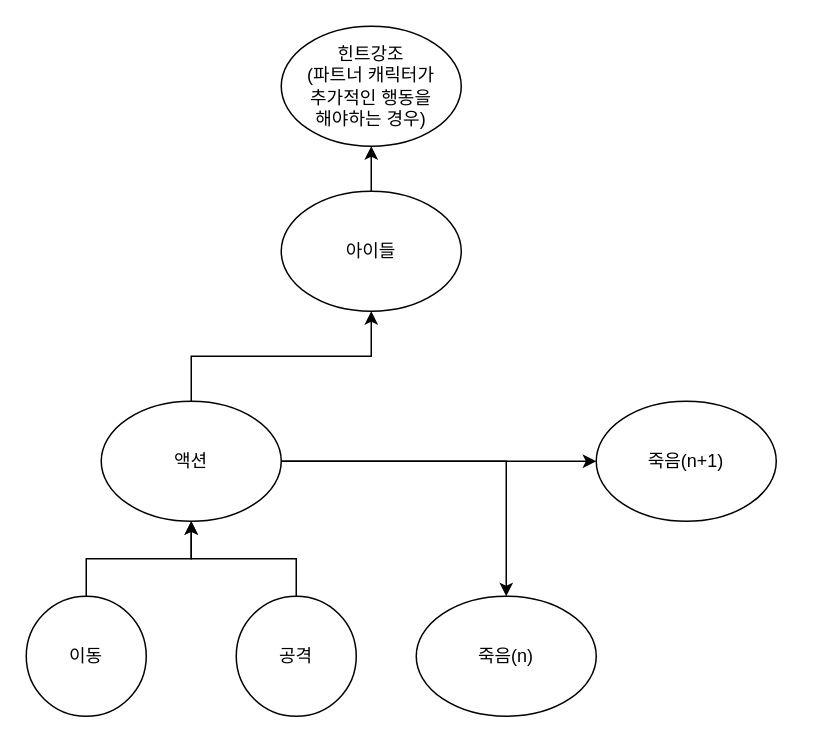
This is 코딩몬상태패턴.drawio from FavorKim/126_CodeMonster, a draw.io file, before an edit. Source tidied: cells renumbered, new cells numbered last; positions are measured from the earlier drawing's top-left corner, leaving out a move shared by most shapes. Both pictures are drawn from the tidied source at 150%, with x=0, y=0 at pixel (26, 26).
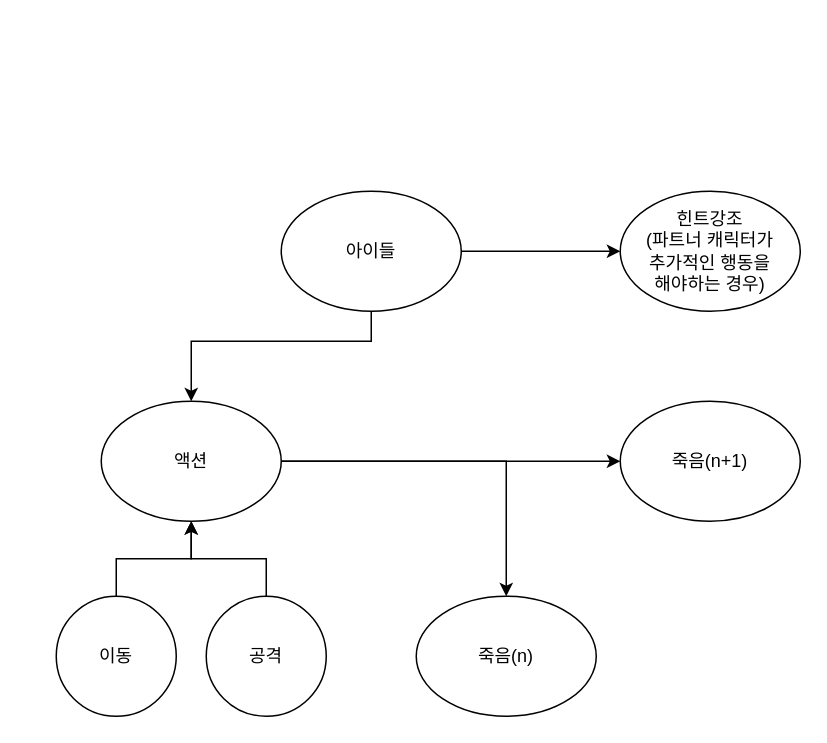
After the change.

Commit message (it also covers changes not shown here):
코딩몬상태패턴.drawio 업데이트

The edit, as a diff of the source:
```diff
@@
 <mxGraphModel>
   <root>
     <mxCell id="0" />
     <mxCell id="1" parent="0" />
     <mxCell id="2" style="edgeStyle=orthogonalEdgeStyle;rounded=0;jettySize=auto;html=1;" parent="1" edge="1" source="3" target="14">
       <mxGeometry relative="1" as="geometry" />
     </mxCell>
+    <mxCell id="15" style="edgeStyle=orthogonalEdgeStyle;rounded=0;jettySize=auto;html=1;" parent="1" edge="1" source="3" target="7">
+      <mxGeometry relative="1" as="geometry">
+        <Array as="points">
+          <mxPoint x="230" y="210" />
+          <mxPoint x="110" y="210" />
+        </Array>
+      </mxGeometry>
+    </mxCell>
     <mxCell id="3" value="아이들" style="ellipse;whiteSpace=wrap;html=1;" parent="1" vertex="1">
       <mxGeometry x="170" y="110" width="120" height="80" as="geometry" />
     </mxCell>
-    <mxCell id="4" style="edgeStyle=orthogonalEdgeStyle;rounded=0;jettySize=auto;html=1;" parent="1" edge="1" source="7" target="3">
-      <mxGeometry relative="1" as="geometry" />
-    </mxCell>
     <mxCell id="5" style="edgeStyle=orthogonalEdgeStyle;rounded=0;jettySize=auto;html=1;" parent="1" edge="1" source="7" target="9">
       <mxGeometry relative="1" as="geometry" />
     </mxCell>
     <mxCell id="6" style="edgeStyle=orthogonalEdgeStyle;rounded=0;jettySize=auto;html=1;" parent="1" edge="1" source="7" target="8">
       <mxGeometry relative="1" as="geometry" />
     </mxCell>
     <mxCell id="7" value="액션" style="ellipse;whiteSpace=wrap;html=1;" parent="1" vertex="1">
       <mxGeometry x="50" y="250" width="120" height="80" as="geometry" />
     </mxCell>
     <mxCell id="8" value="죽음(n)" style="ellipse;whiteSpace=wrap;html=1;" parent="1" vertex="1">
       <mxGeometry x="260" y="380" width="120" height="80" as="geometry" />
     </mxCell>
     <mxCell id="9" value="죽음(n+1)" style="ellipse;whiteSpace=wrap;html=1;" parent="1" vertex="1">
-      <mxGeometry x="380" y="250" width="120" height="80" as="geometry" />
+      <mxGeometry x="396" y="250" width="120" height="80" as="geometry" />
     </mxCell>
     <mxCell id="10" style="edgeStyle=orthogonalEdgeStyle;rounded=0;jettySize=auto;html=1;" parent="1" edge="1" source="11" target="7">
       <mxGeometry relative="1" as="geometry" />
     </mxCell>
     <mxCell id="11" value="이동" style="ellipse;whiteSpace=wrap;html=1;" parent="1" vertex="1">
-      <mxGeometry y="380" width="80" height="80" as="geometry" />
+      <mxGeometry x="20" y="380" width="80" height="80" as="geometry" />
     </mxCell>
     <mxCell id="12" style="edgeStyle=orthogonalEdgeStyle;rounded=0;jettySize=auto;html=1;" parent="1" edge="1" source="13" target="7">
       <mxGeometry relative="1" as="geometry" />
     </mxCell>
     <mxCell id="13" value="공격" style="ellipse;whiteSpace=wrap;html=1;" parent="1" vertex="1">
-      <mxGeometry x="140" y="380" width="80" height="80" as="geometry" />
+      <mxGeometry x="120" y="380" width="80" height="80" as="geometry" />
     </mxCell>
     <mxCell id="14" value="힌트강조&lt;div&gt;(파트너 캐릭터가&lt;/div&gt;&lt;div&gt;추가적인 행동을&lt;/div&gt;&lt;div&gt;해야하는 경우)&lt;/div&gt;" style="ellipse;whiteSpace=wrap;html=1;" parent="1" vertex="1">
-      <mxGeometry x="170" width="120" height="80" as="geometry" />
+      <mxGeometry x="396" y="110" width="120" height="80" as="geometry" />
     </mxCell>
   </root>
 </mxGraphModel>
```
